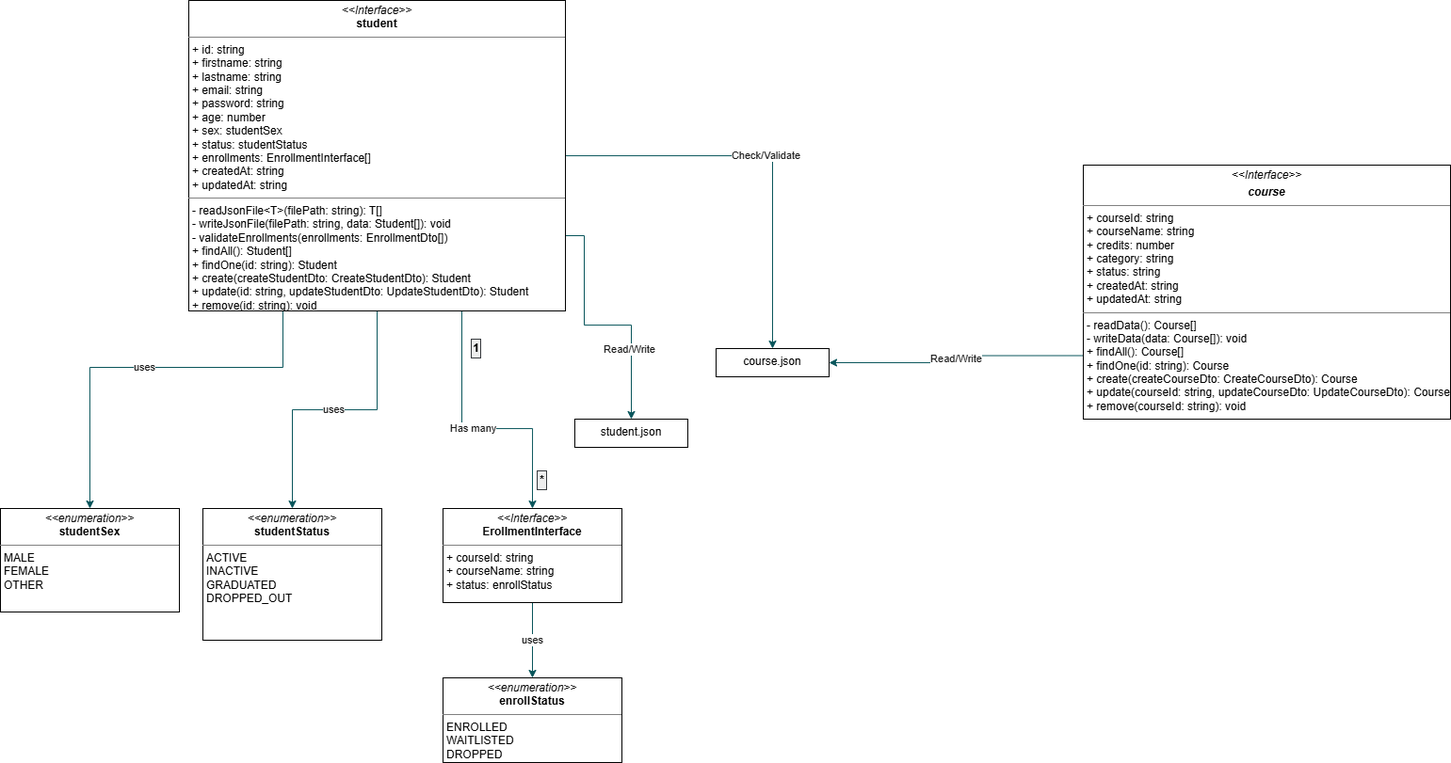
This is docs/uml-diagram.png from R4zym/oop-typescript-final-project-2026, a draw.io export, as it was before one commit. Source tidied: cells renumbered, new cells last; positions are measured from the earlier drawing's top-left corner, leaving out a move shared by most shapes.
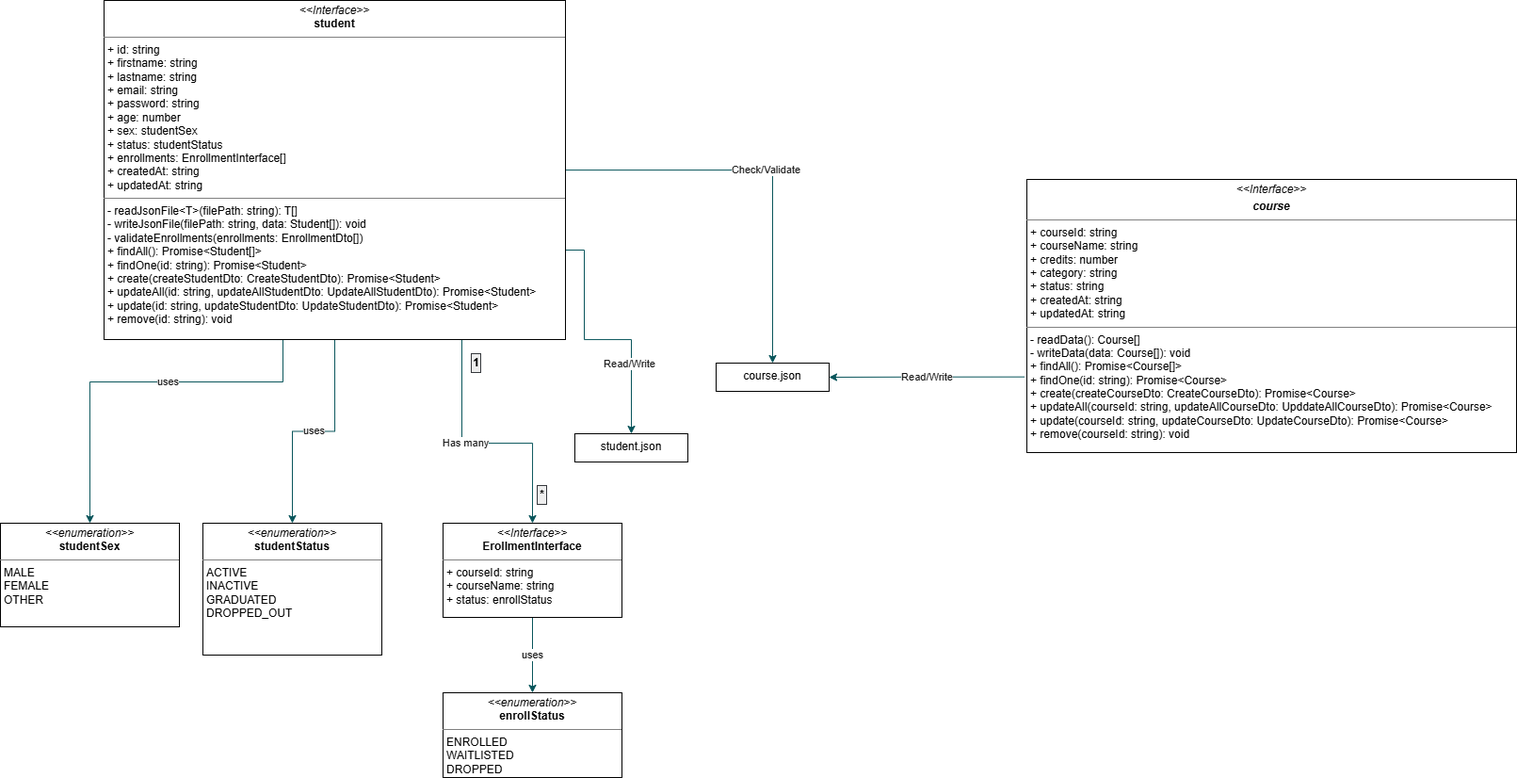
Above is the later version.

Change to the diagram source:
```diff
@@ -36,14 +36,14 @@
     <mxCell id="7" value="Read/Write" style="edgeLabel;html=1;align=center;verticalAlign=middle;strokeColor=#D0CEE2;fontColor=#1A1A1A;fillColor=#FAD9D5;" parent="6" vertex="1">
       <mxGeometry x="0.43" y="-3" relative="1" as="geometry" />
     </mxCell>
-    <mxCell id="8" value="&lt;p style=&quot;margin:0px;margin-top:4px;text-align:center;&quot;&gt;&lt;i&gt;&amp;lt;&amp;lt;Interface&amp;gt;&amp;gt;&lt;/i&gt;&lt;br&gt;&lt;b&gt;student&lt;/b&gt;&lt;/p&gt;&lt;hr size=&quot;1&quot; style=&quot;border-style:solid;&quot;&gt;&lt;p style=&quot;margin:0px;margin-left:4px;&quot;&gt;+ id: string&lt;br&gt;+ firstname: string&lt;/p&gt;&lt;p style=&quot;margin:0px;margin-left:4px;&quot;&gt;+ lastname: string&lt;br&gt;+ email: string&lt;br&gt;+ password: string&lt;br&gt;+ age: number&lt;br&gt;+ sex: studentSex&lt;br&gt;+ status: studentStatus&lt;br&gt;+ enrollments: EnrollmentInterface[]&lt;br&gt;+ createdAt: string&lt;br&gt;+ updatedAt: string&lt;/p&gt;&lt;hr size=&quot;1&quot; style=&quot;border-style:solid;&quot;&gt;&lt;p style=&quot;margin:0px;margin-left:4px;&quot;&gt;- readJsonFile&amp;lt;T&amp;gt;(filePath: string): T[]&lt;br&gt;- writeJsonFile(filePath: string, data: Student[]): void&lt;br&gt;- validateEnrollments(enrollments: EnrollmentDto[])&lt;/p&gt;&lt;p style=&quot;margin:0px;margin-left:4px;&quot;&gt;+ findAll(): Student[]&lt;br&gt;+ findOne(id: string): Student&lt;br&gt;+ create(createStudentDto: CreateStudentDto): Student&lt;br&gt;+ update(id: string, updateStudentDto: UpdateStudentDto): Student&lt;/p&gt;&lt;p style=&quot;margin:0px;margin-left:4px;&quot;&gt;+ remove(id: string): void&lt;/p&gt;" style="verticalAlign=top;align=left;overflow=fill;html=1;whiteSpace=wrap;" parent="1" vertex="1">
-      <mxGeometry x="200" width="400" height="330" as="geometry" />
+    <mxCell id="8" value="&lt;p style=&quot;margin:0px;margin-top:4px;text-align:center;&quot;&gt;&lt;i&gt;&amp;lt;&amp;lt;Interface&amp;gt;&amp;gt;&lt;/i&gt;&lt;br&gt;&lt;b&gt;student&lt;/b&gt;&lt;/p&gt;&lt;hr size=&quot;1&quot; style=&quot;border-style:solid;&quot;&gt;&lt;p style=&quot;margin:0px;margin-left:4px;&quot;&gt;+ id: string&lt;br&gt;+ firstname: string&lt;/p&gt;&lt;p style=&quot;margin:0px;margin-left:4px;&quot;&gt;+ lastname: string&lt;br&gt;+ email: string&lt;br&gt;+ password: string&lt;br&gt;+ age: number&lt;br&gt;+ sex: studentSex&lt;br&gt;+ status: studentStatus&lt;br&gt;+ enrollments: EnrollmentInterface[]&lt;br&gt;+ createdAt: string&lt;br&gt;+ updatedAt: string&lt;/p&gt;&lt;hr size=&quot;1&quot; style=&quot;border-style:solid;&quot;&gt;&lt;p style=&quot;margin:0px;margin-left:4px;&quot;&gt;- readJsonFile&amp;lt;T&amp;gt;(filePath: string): T[]&lt;br&gt;- writeJsonFile(filePath: string, data: Student[]): void&lt;br&gt;- validateEnrollments(enrollments: EnrollmentDto[])&lt;/p&gt;&lt;p style=&quot;margin:0px;margin-left:4px;&quot;&gt;+ findAll(): Promise&amp;lt;Student[]&amp;gt;&lt;br&gt;+ findOne(id: string): Promise&amp;lt;Student&amp;gt;&lt;br&gt;+ create(createStudentDto: CreateStudentDto): Promise&amp;lt;Student&amp;gt;&lt;/p&gt;&lt;p style=&quot;margin:0px;margin-left:4px;&quot;&gt;+ updateAll(id: string, updateAllStudentDto: UpdateAllStudentDto): Promise&amp;lt;Student&amp;gt;&lt;br&gt;+ update(id: string, updateStudentDto: UpdateStudentDto):&amp;nbsp;&lt;span style=&quot;background-color: transparent; color: light-dark(rgb(0, 0, 0), rgb(255, 255, 255));&quot;&gt;Promise&amp;lt;Student&amp;gt;&lt;/span&gt;&lt;/p&gt;&lt;p style=&quot;margin:0px;margin-left:4px;&quot;&gt;+ remove(id: string): void&lt;/p&gt;" style="verticalAlign=top;align=left;overflow=fill;html=1;whiteSpace=wrap;" parent="1" vertex="1">
+      <mxGeometry x="110" y="-15" width="490" height="360" as="geometry" />
     </mxCell>
-    <mxCell id="9" value="Read/Write" style="edgeStyle=orthogonalEdgeStyle;rounded=0;jettySize=auto;html=1;exitX=0;exitY=0.75;exitDx=0;exitDy=0;entryX=1;entryY=0.5;entryDx=0;entryDy=0;strokeColor=#09555B;fontColor=#1A1A1A;" parent="1" edge="1" source="10" target="19">
+    <mxCell id="9" value="Read/Write" style="edgeStyle=orthogonalEdgeStyle;rounded=0;jettySize=auto;html=1;exitX=-0.005;exitY=0.723;exitDx=0;exitDy=0;entryX=1;entryY=0.5;entryDx=0;entryDy=0;strokeColor=#09555B;fontColor=#1A1A1A;exitPerimeter=0;" parent="1" edge="1" source="10" target="19">
       <mxGeometry relative="1" as="geometry" />
     </mxCell>
-    <mxCell id="10" value="&lt;p style=&quot;margin:0px;margin-top:4px;text-align:center;&quot;&gt;&lt;i&gt;&amp;lt;&amp;lt;Interface&amp;gt;&amp;gt;&lt;/i&gt;&lt;br&gt;&lt;/p&gt;&lt;p style=&quot;margin:0px;margin-top:4px;text-align:center;&quot;&gt;&lt;b&gt;&lt;i&gt;course&lt;/i&gt;&lt;/b&gt;&lt;/p&gt;&lt;hr size=&quot;1&quot; style=&quot;border-style:solid;&quot;&gt;&lt;p style=&quot;margin:0px;margin-left:4px;&quot;&gt;+ courseId: string&lt;/p&gt;&lt;p style=&quot;margin:0px;margin-left:4px;&quot;&gt;+ courseName: string&lt;br&gt;+ credits: number&lt;br&gt;+&amp;nbsp;category: string&lt;br&gt;+&amp;nbsp;status: string&lt;br&gt;+ createdAt: string&lt;br&gt;+ updatedAt: string&lt;/p&gt;&lt;hr size=&quot;1&quot; style=&quot;border-style:solid;&quot;&gt;&lt;p style=&quot;margin:0px;margin-left:4px;&quot;&gt;- readData(): Course[]&lt;br&gt;- writeData(data: Course[]): void&lt;/p&gt;&lt;p style=&quot;margin:0px;margin-left:4px;&quot;&gt;+ findAll(): Course[]&lt;br&gt;+ findOne(id: string): Course&lt;br&gt;+&amp;nbsp;create(createCourseDto: CreateCourseDto): Course&lt;br&gt;+&amp;nbsp;update(courseId: string, updateCourseDto: UpdateCourseDto): Course&lt;br&gt;+&amp;nbsp;remove(courseId: string): void&lt;/p&gt;" style="verticalAlign=top;align=left;overflow=fill;html=1;whiteSpace=wrap;" parent="1" vertex="1">
-      <mxGeometry x="1150" y="175" width="390" height="270" as="geometry" />
+    <mxCell id="10" value="&lt;p style=&quot;margin:0px;margin-top:4px;text-align:center;&quot;&gt;&lt;i&gt;&amp;lt;&amp;lt;Interface&amp;gt;&amp;gt;&lt;/i&gt;&lt;br&gt;&lt;/p&gt;&lt;p style=&quot;margin:0px;margin-top:4px;text-align:center;&quot;&gt;&lt;b&gt;&lt;i&gt;course&lt;/i&gt;&lt;/b&gt;&lt;/p&gt;&lt;hr size=&quot;1&quot; style=&quot;border-style:solid;&quot;&gt;&lt;p style=&quot;margin:0px;margin-left:4px;&quot;&gt;+ courseId: string&lt;/p&gt;&lt;p style=&quot;margin:0px;margin-left:4px;&quot;&gt;+ courseName: string&lt;br&gt;+ credits: number&lt;br&gt;+&amp;nbsp;category: string&lt;br&gt;+&amp;nbsp;status: string&lt;br&gt;+ createdAt: string&lt;br&gt;+ updatedAt: string&lt;/p&gt;&lt;hr size=&quot;1&quot; style=&quot;border-style:solid;&quot;&gt;&lt;p style=&quot;margin:0px;margin-left:4px;&quot;&gt;- readData(): Course[]&lt;br&gt;- writeData(data: Course[]): void&lt;/p&gt;&lt;p style=&quot;margin:0px;margin-left:4px;&quot;&gt;+ findAll(): Promise&amp;lt;Course[]&amp;gt;&lt;br&gt;+ findOne(id: string): Promise&amp;lt;Course&amp;gt;&lt;br&gt;+&amp;nbsp;create(createCourseDto: CreateCourseDto): Promise&amp;lt;Course&amp;gt;&lt;/p&gt;&lt;p style=&quot;margin:0px;margin-left:4px;&quot;&gt;+ updateAll(courseId: string, updateAllCourseDto: UpddateAllCourseDto): Promise&amp;lt;Course&amp;gt;&lt;br&gt;+&amp;nbsp;update(courseId: string, updateCourseDto: UpdateCourseDto): Promise&amp;lt;Course&amp;gt;&lt;br&gt;+&amp;nbsp;remove(courseId: string): void&lt;/p&gt;" style="verticalAlign=top;align=left;overflow=fill;html=1;whiteSpace=wrap;" parent="1" vertex="1">
+      <mxGeometry x="1090" y="175" width="520" height="290" as="geometry" />
     </mxCell>
     <mxCell id="11" value="&lt;p style=&quot;margin:0px;margin-top:4px;text-align:center;&quot;&gt;&lt;i&gt;&amp;lt;&amp;lt;enumeration&amp;gt;&amp;gt;&lt;/i&gt;&lt;br&gt;&lt;b&gt;studentSex&lt;/b&gt;&lt;/p&gt;&lt;hr size=&quot;1&quot; style=&quot;border-style:solid;&quot;&gt;&lt;p style=&quot;margin:0px;margin-left:4px;&quot;&gt;MALE&lt;br&gt;FEMALE&lt;br&gt;OTHER&lt;/p&gt;&lt;p style=&quot;margin:0px;margin-left:4px;&quot;&gt;&lt;br&gt;&lt;/p&gt;" style="verticalAlign=top;align=left;overflow=fill;html=1;whiteSpace=wrap;" parent="1" vertex="1">
       <mxGeometry y="540" width="190" height="110" as="geometry" />
```
